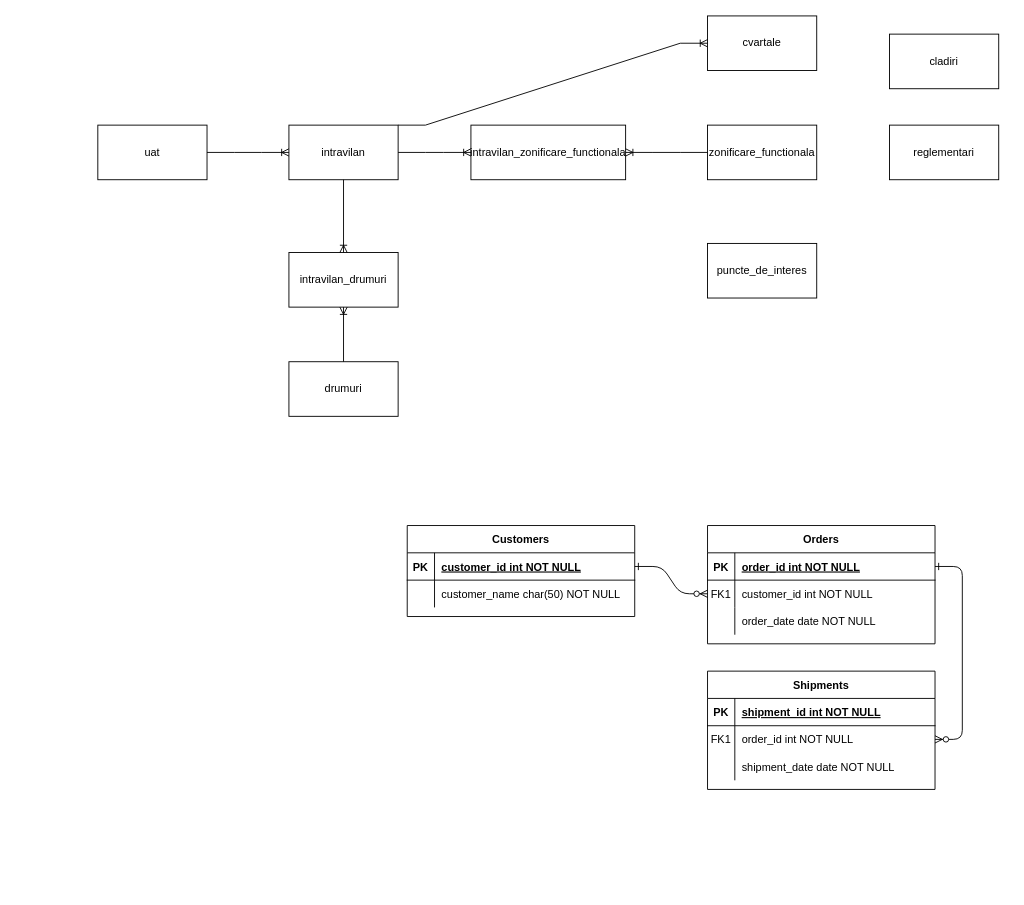
The draw.io diagram Zonificare funcionala.drawio in vitorjurj/exam_sem2_db, before the edit. Source tidied: cells renumbered, new cells numbered last; positions are measured from the earlier drawing's top-left corner, leaving out a move shared by most shapes. Both pictures are drawn from the tidied source at 91%, with x=0, y=0 at pixel (97, 15).
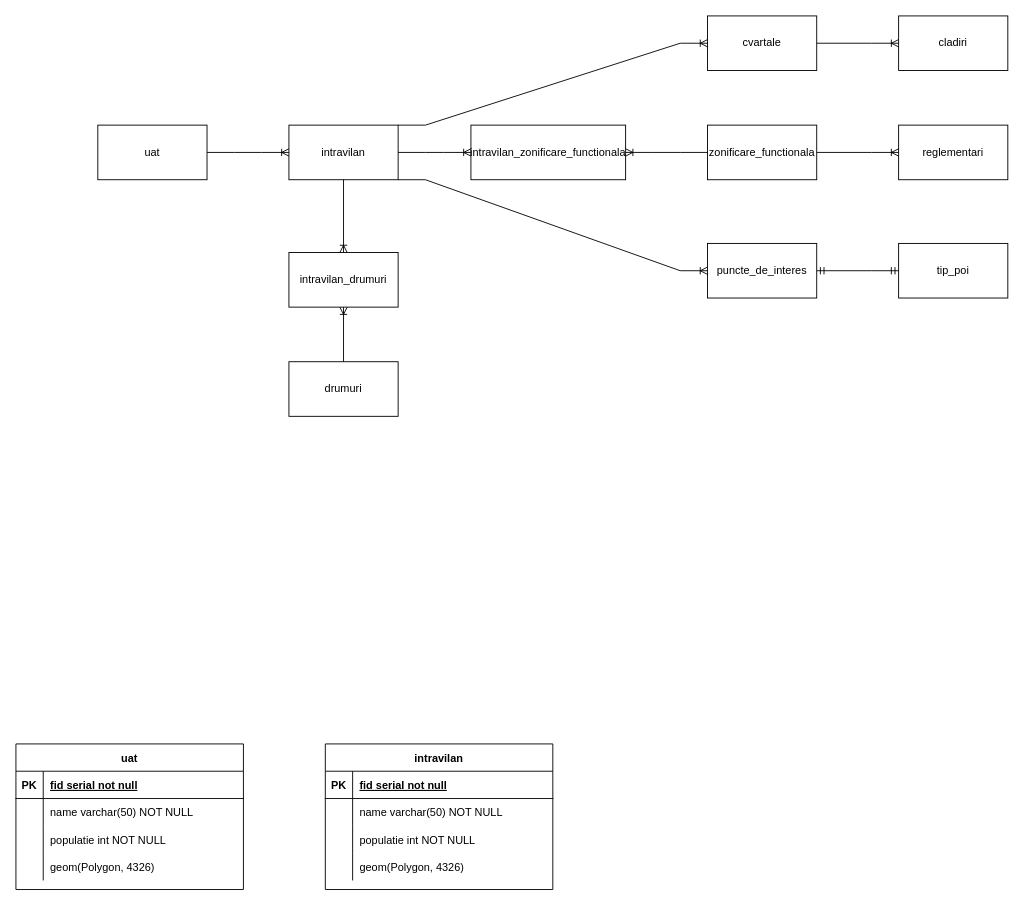
After the change.

Unchanged cells that the change refers to:
```xml
<mxCell id="31" value="intravilan" style="rounded=0;whiteSpace=wrap;html=1;" parent="1" vertex="1">
  <mxGeometry x="210" y="120" width="120" height="60" as="geometry" />
</mxCell>
<mxCell id="32" value="cvartale" style="rounded=0;whiteSpace=wrap;html=1;" parent="1" vertex="1">
  <mxGeometry x="670" width="120" height="60" as="geometry" />
</mxCell>
<mxCell id="35" value="zonificare_functionala" style="rounded=0;whiteSpace=wrap;html=1;" parent="1" vertex="1">
  <mxGeometry x="670" y="120" width="120" height="60" as="geometry" />
</mxCell>
<mxCell id="36" value="puncte_de_interes" style="rounded=0;whiteSpace=wrap;html=1;" parent="1" vertex="1">
  <mxGeometry x="670" y="250" width="120" height="60" as="geometry" />
</mxCell>
```

Diff of the diagram source:
```diff
@@
-    <mxCell id="2" style="edgeStyle=entityRelationEdgeStyle;endArrow=ERzeroToMany;startArrow=ERone;endFill=1;startFill=0;" parent="1" edge="1" source="25" target="8">
-      <mxGeometry relative="1" as="geometry" />
-    </mxCell>
-    <mxCell id="3" style="edgeStyle=entityRelationEdgeStyle;endArrow=ERzeroToMany;startArrow=ERone;endFill=1;startFill=0;" parent="1" edge="1" source="5" target="18">
-      <mxGeometry relative="1" as="geometry" />
-    </mxCell>
-    <mxCell id="4" value="Orders" style="shape=table;startSize=30;childLayout=tableLayout;rowLines=0;fontStyle=1;align=center;" parent="1" vertex="1">
-      <mxGeometry x="670" y="560" width="250" height="130" as="geometry" />
-    </mxCell>
-    <mxCell id="5" style="shape=partialRectangle;fillColor=none;points=[[0,0.5],[1,0.5]];portConstraint=eastwest;top=0;left=0;right=0;bottom=1;" parent="4" vertex="1">
-      <mxGeometry y="30" width="250" height="30" as="geometry" />
-    </mxCell>
-    <mxCell id="6" value="PK" style="shape=partialRectangle;overflow=hidden;fillColor=none;top=0;left=0;bottom=0;right=0;fontStyle=1;" parent="5" vertex="1">
-      <mxGeometry width="30" height="30" as="geometry" />
-    </mxCell>
-    <mxCell id="7" value="order_id int NOT NULL " style="shape=partialRectangle;overflow=hidden;fillColor=none;top=0;left=0;bottom=0;right=0;align=left;spacingLeft=6;fontStyle=5;" parent="5" vertex="1">
-      <mxGeometry x="30" width="220" height="30" as="geometry" />
-    </mxCell>
-    <mxCell id="8" style="shape=partialRectangle;fillColor=none;points=[[0,0.5],[1,0.5]];portConstraint=eastwest;top=0;left=0;right=0;bottom=0;" parent="4" vertex="1">
-      <mxGeometry y="60" width="250" height="30" as="geometry" />
-    </mxCell>
-    <mxCell id="9" value="FK1" style="shape=partialRectangle;overflow=hidden;fillColor=none;top=0;left=0;bottom=0;right=0;" parent="8" vertex="1">
-      <mxGeometry width="30" height="30" as="geometry" />
-    </mxCell>
-    <mxCell id="10" value="customer_id int NOT NULL" style="shape=partialRectangle;overflow=hidden;fillColor=none;top=0;left=0;bottom=0;right=0;align=left;spacingLeft=6;" parent="8" vertex="1">
-      <mxGeometry x="30" width="220" height="30" as="geometry" />
-    </mxCell>
-    <mxCell id="11" style="shape=partialRectangle;fillColor=none;top=0;left=0;right=0;bottom=0;" parent="4" vertex="1">
-      <mxGeometry y="90" width="250" height="30" as="geometry" />
-    </mxCell>
-    <mxCell id="12" style="shape=partialRectangle;overflow=hidden;fillColor=none;top=0;left=0;bottom=0;right=0;" parent="11" vertex="1">
-      <mxGeometry width="30" height="30" as="geometry" />
-    </mxCell>
-    <mxCell id="13" value="order_date date NOT NULL" style="shape=partialRectangle;overflow=hidden;fillColor=none;top=0;left=0;bottom=0;right=0;align=left;spacingLeft=6;" parent="11" vertex="1">
-      <mxGeometry x="30" width="220" height="30" as="geometry" />
-    </mxCell>
-    <mxCell id="14" value="Shipments" style="shape=table;startSize=30;childLayout=tableLayout;rowLines=0;fontStyle=1;align=center;" parent="1" vertex="1">
-      <mxGeometry x="670" y="720" width="250" height="130" as="geometry" />
-    </mxCell>
-    <mxCell id="15" style="shape=partialRectangle;fillColor=none;top=0;left=0;right=0;bottom=1;" parent="14" vertex="1">
-      <mxGeometry y="30" width="250" height="30" as="geometry" />
-    </mxCell>
-    <mxCell id="16" value="PK" style="shape=partialRectangle;overflow=hidden;fillColor=none;top=0;left=0;bottom=0;right=0;fontStyle=1;" parent="15" vertex="1">
-      <mxGeometry width="30" height="30" as="geometry" />
-    </mxCell>
-    <mxCell id="17" value="shipment_id int NOT NULL " style="shape=partialRectangle;overflow=hidden;fillColor=none;top=0;left=0;bottom=0;right=0;align=left;spacingLeft=6;fontStyle=5;" parent="15" vertex="1">
-      <mxGeometry x="30" width="220" height="30" as="geometry" />
-    </mxCell>
-    <mxCell id="18" style="shape=partialRectangle;fillColor=none;points=[[0,0.5],[1,0.5]];portConstraint=eastwest;top=0;left=0;right=0;bottom=0;" parent="14" vertex="1">
-      <mxGeometry y="60" width="250" height="30" as="geometry" />
-    </mxCell>
-    <mxCell id="19" value="FK1" style="shape=partialRectangle;overflow=hidden;fillColor=none;top=0;left=0;bottom=0;right=0;" parent="18" vertex="1">
-      <mxGeometry width="30" height="30" as="geometry" />
-    </mxCell>
-    <mxCell id="20" value="order_id int NOT NULL" style="shape=partialRectangle;overflow=hidden;fillColor=none;top=0;left=0;bottom=0;right=0;align=left;spacingLeft=6;" parent="18" vertex="1">
-      <mxGeometry x="30" width="220" height="30" as="geometry" />
-    </mxCell>
-    <mxCell id="21" style="shape=partialRectangle;fillColor=none;top=0;left=0;right=0;bottom=0;" parent="14" vertex="1">
-      <mxGeometry y="90" width="250" height="30" as="geometry" />
-    </mxCell>
-    <mxCell id="22" style="shape=partialRectangle;overflow=hidden;fillColor=none;top=0;left=0;bottom=0;right=0;" parent="21" vertex="1">
-      <mxGeometry width="30" height="30" as="geometry" />
-    </mxCell>
-    <mxCell id="23" value="shipment_date date NOT NULL" style="shape=partialRectangle;overflow=hidden;fillColor=none;top=0;left=0;bottom=0;right=0;align=left;spacingLeft=6;" parent="21" vertex="1">
-      <mxGeometry x="30" width="220" height="30" as="geometry" />
-    </mxCell>
-    <mxCell id="24" value="Customers" style="shape=table;startSize=30;childLayout=tableLayout;rowLines=0;fontStyle=1;align=center;" parent="1" vertex="1">
-      <mxGeometry x="340" y="560" width="250" height="100" as="geometry" />
-    </mxCell>
-    <mxCell id="25" style="shape=partialRectangle;fillColor=none;points=[[0,0.5],[1,0.5]];portConstraint=eastwest;top=0;left=0;right=0;bottom=1;" parent="24" vertex="1">
-      <mxGeometry y="30" width="250" height="30" as="geometry" />
-    </mxCell>
-    <mxCell id="26" value="PK" style="shape=partialRectangle;overflow=hidden;fillColor=none;top=0;left=0;bottom=0;right=0;fontStyle=1;" parent="25" vertex="1">
-      <mxGeometry width="30" height="30" as="geometry" />
-    </mxCell>
-    <mxCell id="27" value="customer_id int NOT NULL " style="shape=partialRectangle;overflow=hidden;fillColor=none;top=0;left=0;bottom=0;right=0;align=left;spacingLeft=6;fontStyle=5;" parent="25" vertex="1">
-      <mxGeometry x="30" width="220" height="30" as="geometry" />
-    </mxCell>
-    <mxCell id="28" style="shape=partialRectangle;fillColor=none;top=0;left=0;right=0;bottom=0;" parent="24" vertex="1">
-      <mxGeometry y="60" width="250" height="30" as="geometry" />
-    </mxCell>
-    <mxCell id="29" style="shape=partialRectangle;overflow=hidden;fillColor=none;top=0;left=0;bottom=0;right=0;" parent="28" vertex="1">
-      <mxGeometry width="30" height="30" as="geometry" />
-    </mxCell>
-    <mxCell id="30" value="customer_name char(50) NOT NULL" style="shape=partialRectangle;overflow=hidden;fillColor=none;top=0;left=0;bottom=0;right=0;align=left;spacingLeft=6;" parent="28" vertex="1">
-      <mxGeometry x="30" width="220" height="30" as="geometry" />
-    </mxCell>
@@
     <mxCell id="34" value="cladiri" style="rounded=0;whiteSpace=wrap;html=1;" parent="1" vertex="1">
-      <mxGeometry x="870" y="20" width="120" height="60" as="geometry" />
+      <mxGeometry x="880" width="120" height="60" as="geometry" />
     </mxCell>
@@
     <mxCell id="37" value="reglementari" style="rounded=0;whiteSpace=wrap;html=1;" parent="1" vertex="1">
-      <mxGeometry x="870" y="120" width="120" height="60" as="geometry" />
+      <mxGeometry x="880" y="120" width="120" height="60" as="geometry" />
     </mxCell>
@@
+    <mxCell id="47" style="edgeStyle=entityRelationEdgeStyle;fontSize=12;html=1;endArrow=ERoneToMany;rounded=0;exitX=1;exitY=1;exitDx=0;exitDy=0;entryX=0;entryY=0.5;entryDx=0;entryDy=0;" parent="1" edge="1" source="31" target="36">
+      <mxGeometry relative="1" as="geometry" />
+    </mxCell>
+    <mxCell id="48" style="edgeStyle=entityRelationEdgeStyle;fontSize=12;html=1;endArrow=ERoneToMany;rounded=0;entryX=0;entryY=0.5;entryDx=0;entryDy=0;exitX=1;exitY=0.5;exitDx=0;exitDy=0;" parent="1" edge="1" source="32" target="34">
+      <mxGeometry relative="1" as="geometry" />
+    </mxCell>
+    <mxCell id="49" style="edgeStyle=entityRelationEdgeStyle;fontSize=12;html=1;endArrow=ERoneToMany;rounded=0;entryX=0;entryY=0.5;entryDx=0;entryDy=0;exitX=1;exitY=0.5;exitDx=0;exitDy=0;" parent="1" edge="1" source="35" target="37">
+      <mxGeometry relative="1" as="geometry" />
+    </mxCell>
+    <mxCell id="50" value="tip_poi" style="rounded=0;whiteSpace=wrap;html=1;" parent="1" vertex="1">
+      <mxGeometry x="880" y="250" width="120" height="60" as="geometry" />
+    </mxCell>
+    <mxCell id="51" style="edgeStyle=entityRelationEdgeStyle;fontSize=12;html=1;endArrow=ERmandOne;startArrow=ERmandOne;rounded=0;entryX=0;entryY=0.5;entryDx=0;entryDy=0;exitX=1;exitY=0.5;exitDx=0;exitDy=0;" parent="1" edge="1" source="36" target="50">
+      <mxGeometry relative="1" as="geometry" />
+    </mxCell>
+    <mxCell id="52" value="uat" style="shape=table;startSize=30;childLayout=tableLayout;rowLines=0;fontStyle=1;align=center;" parent="1" vertex="1">
+      <mxGeometry x="-90" y="800" width="250" height="160" as="geometry" />
+    </mxCell>
+    <mxCell id="53" style="shape=partialRectangle;fillColor=none;top=0;left=0;right=0;bottom=1;" parent="52" vertex="1">
+      <mxGeometry y="30" width="250" height="30" as="geometry" />
+    </mxCell>
+    <mxCell id="54" value="PK" style="shape=partialRectangle;overflow=hidden;fillColor=none;top=0;left=0;bottom=0;right=0;fontStyle=1;" parent="53" vertex="1">
+      <mxGeometry width="30" height="30" as="geometry" />
+    </mxCell>
+    <mxCell id="55" value="fid serial not null" style="shape=partialRectangle;overflow=hidden;fillColor=none;top=0;left=0;bottom=0;right=0;align=left;spacingLeft=6;fontStyle=5;" parent="53" vertex="1">
+      <mxGeometry x="30" width="220" height="30" as="geometry" />
+    </mxCell>
+    <mxCell id="56" style="shape=partialRectangle;fillColor=none;top=0;left=0;right=0;bottom=0;" parent="52" vertex="1">
+      <mxGeometry y="60" width="250" height="30" as="geometry" />
+    </mxCell>
+    <mxCell id="57" style="shape=partialRectangle;overflow=hidden;fillColor=none;top=0;left=0;bottom=0;right=0;" parent="56" vertex="1">
+      <mxGeometry width="30" height="30" as="geometry" />
+    </mxCell>
+    <mxCell id="58" value="name varchar(50) NOT NULL" style="shape=partialRectangle;overflow=hidden;fillColor=none;top=0;left=0;bottom=0;right=0;align=left;spacingLeft=6;" parent="56" vertex="1">
+      <mxGeometry x="30" width="220" height="30" as="geometry" />
+    </mxCell>
+    <mxCell id="59" style="shape=partialRectangle;fillColor=none;top=0;left=0;right=0;bottom=0;" parent="52" vertex="1">
+      <mxGeometry y="90" width="250" height="30" as="geometry" />
+    </mxCell>
+    <mxCell id="60" style="shape=partialRectangle;overflow=hidden;fillColor=none;top=0;left=0;bottom=0;right=0;" parent="59" vertex="1">
+      <mxGeometry width="30" height="30" as="geometry" />
+    </mxCell>
+    <mxCell id="61" value="populatie int NOT NULL" style="shape=partialRectangle;overflow=hidden;fillColor=none;top=0;left=0;bottom=0;right=0;align=left;spacingLeft=6;" parent="59" vertex="1">
+      <mxGeometry x="30" width="220" height="30" as="geometry" />
+    </mxCell>
+    <mxCell id="62" style="shape=partialRectangle;fillColor=none;top=0;left=0;right=0;bottom=0;" parent="52" vertex="1">
+      <mxGeometry y="120" width="250" height="30" as="geometry" />
+    </mxCell>
+    <mxCell id="63" style="shape=partialRectangle;overflow=hidden;fillColor=none;top=0;left=0;bottom=0;right=0;" parent="62" vertex="1">
+      <mxGeometry width="30" height="30" as="geometry" />
+    </mxCell>
+    <mxCell id="64" value="geom(Polygon, 4326)" style="shape=partialRectangle;overflow=hidden;fillColor=none;top=0;left=0;bottom=0;right=0;align=left;spacingLeft=6;" parent="62" vertex="1">
+      <mxGeometry x="30" width="220" height="30" as="geometry" />
+    </mxCell>
+    <mxCell id="65" value="intravilan" style="shape=table;startSize=30;childLayout=tableLayout;rowLines=0;fontStyle=1;align=center;" parent="1" vertex="1">
+      <mxGeometry x="250" y="800" width="250" height="160" as="geometry" />
+    </mxCell>
+    <mxCell id="66" style="shape=partialRectangle;fillColor=none;top=0;left=0;right=0;bottom=1;" parent="65" vertex="1">
+      <mxGeometry y="30" width="250" height="30" as="geometry" />
+    </mxCell>
+    <mxCell id="67" value="PK" style="shape=partialRectangle;overflow=hidden;fillColor=none;top=0;left=0;bottom=0;right=0;fontStyle=1;" parent="66" vertex="1">
+      <mxGeometry width="30" height="30" as="geometry" />
+    </mxCell>
+    <mxCell id="68" value="fid serial not null" style="shape=partialRectangle;overflow=hidden;fillColor=none;top=0;left=0;bottom=0;right=0;align=left;spacingLeft=6;fontStyle=5;" parent="66" vertex="1">
+      <mxGeometry x="30" width="220" height="30" as="geometry" />
+    </mxCell>
+    <mxCell id="69" style="shape=partialRectangle;fillColor=none;top=0;left=0;right=0;bottom=0;" parent="65" vertex="1">
+      <mxGeometry y="60" width="250" height="30" as="geometry" />
+    </mxCell>
+    <mxCell id="70" style="shape=partialRectangle;overflow=hidden;fillColor=none;top=0;left=0;bottom=0;right=0;" parent="69" vertex="1">
+      <mxGeometry width="30" height="30" as="geometry" />
+    </mxCell>
+    <mxCell id="71" value="name varchar(50) NOT NULL" style="shape=partialRectangle;overflow=hidden;fillColor=none;top=0;left=0;bottom=0;right=0;align=left;spacingLeft=6;" parent="69" vertex="1">
+      <mxGeometry x="30" width="220" height="30" as="geometry" />
+    </mxCell>
+    <mxCell id="72" style="shape=partialRectangle;fillColor=none;top=0;left=0;right=0;bottom=0;" parent="65" vertex="1">
+      <mxGeometry y="90" width="250" height="30" as="geometry" />
+    </mxCell>
+    <mxCell id="73" style="shape=partialRectangle;overflow=hidden;fillColor=none;top=0;left=0;bottom=0;right=0;" parent="72" vertex="1">
+      <mxGeometry width="30" height="30" as="geometry" />
+    </mxCell>
+    <mxCell id="74" value="populatie int NOT NULL" style="shape=partialRectangle;overflow=hidden;fillColor=none;top=0;left=0;bottom=0;right=0;align=left;spacingLeft=6;" parent="72" vertex="1">
+      <mxGeometry x="30" width="220" height="30" as="geometry" />
+    </mxCell>
+    <mxCell id="75" style="shape=partialRectangle;fillColor=none;top=0;left=0;right=0;bottom=0;" parent="65" vertex="1">
+      <mxGeometry y="120" width="250" height="30" as="geometry" />
+    </mxCell>
+    <mxCell id="76" style="shape=partialRectangle;overflow=hidden;fillColor=none;top=0;left=0;bottom=0;right=0;" parent="75" vertex="1">
+      <mxGeometry width="30" height="30" as="geometry" />
+    </mxCell>
+    <mxCell id="77" value="geom(Polygon, 4326)" style="shape=partialRectangle;overflow=hidden;fillColor=none;top=0;left=0;bottom=0;right=0;align=left;spacingLeft=6;" parent="75" vertex="1">
+      <mxGeometry x="30" width="220" height="30" as="geometry" />
+    </mxCell>
```
